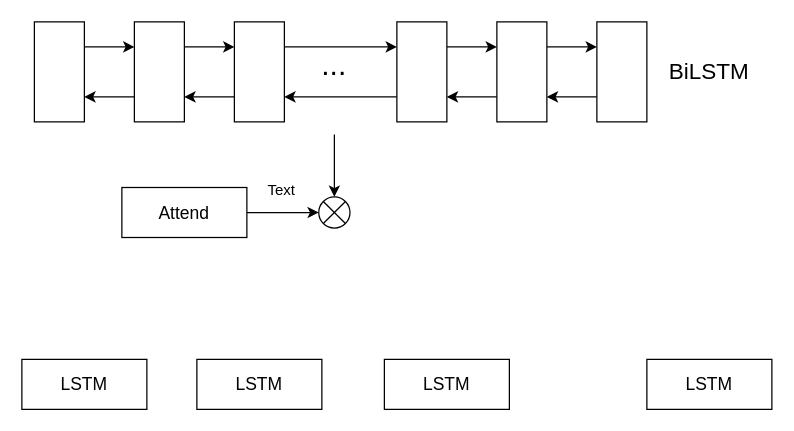
Earlier version of the draw.io diagram thesis_att.drawio (Dong-J93/_pictures). Source tidied: cells renumbered, new cells numbered last; positions are measured from the earlier drawing's top-left corner, leaving out a move shared by most shapes. Both pictures are drawn from the tidied source at 125%, with x=0, y=0 at pixel (21, 21).
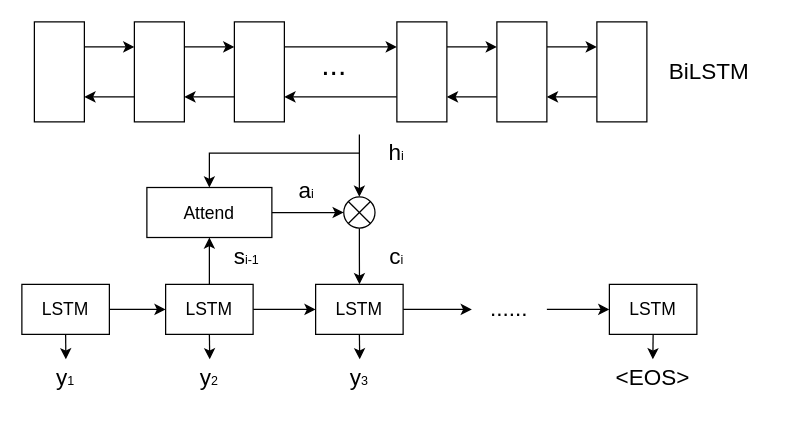
Above is the later version.

What changed in the source:
```diff
@@
     <mxCell id="20" style="endArrow=classic;html=1;rounded=0;entryX=0.5;entryY=0;entryDx=0;entryDy=0;" parent="1" edge="1" target="25">
       <mxGeometry relative="1" as="geometry">
-        <mxPoint x="250" y="90" as="sourcePoint" />
+        <mxPoint x="270" y="90" as="sourcePoint" />
       </mxGeometry>
     </mxCell>
-    <mxCell id="21" value="&lt;font style=&quot;font-size: 14px;&quot;&gt;LSTM&lt;/font&gt;" style="rounded=0;whiteSpace=wrap;html=1;" parent="1" vertex="1">
-      <mxGeometry y="270" width="100" height="40" as="geometry" />
-    </mxCell>
+    <mxCell id="31" style="edgeStyle=orthogonalEdgeStyle;rounded=0;jettySize=auto;html=1;exitX=0.5;exitY=0;exitDx=0;exitDy=0;entryX=0.5;entryY=1;entryDx=0;entryDy=0;" parent="1" edge="1" source="22" target="29">
+      <mxGeometry relative="1" as="geometry" />
+    </mxCell>
+    <mxCell id="32" style="edgeStyle=orthogonalEdgeStyle;rounded=0;jettySize=auto;html=1;exitX=1;exitY=0.5;exitDx=0;exitDy=0;entryX=0;entryY=0.5;entryDx=0;entryDy=0;" parent="1" edge="1" source="22" target="40">
+      <mxGeometry relative="1" as="geometry" />
+    </mxCell>
+    <mxCell id="33" style="edgeStyle=orthogonalEdgeStyle;rounded=0;jettySize=auto;html=1;exitX=0.5;exitY=1;exitDx=0;exitDy=0;" parent="1" edge="1" source="22">
+      <mxGeometry relative="1" as="geometry">
+        <mxPoint x="150.3" y="270" as="targetPoint" />
+      </mxGeometry>
+    </mxCell>
     <mxCell id="22" value="&lt;font style=&quot;font-size: 14px;&quot;&gt;LSTM&lt;/font&gt;" style="rounded=0;whiteSpace=wrap;html=1;" parent="1" vertex="1">
-      <mxGeometry x="140" y="270" width="100" height="40" as="geometry" />
+      <mxGeometry x="115" y="210" width="70" height="40" as="geometry" />
     </mxCell>
-    <mxCell id="23" value="&lt;font style=&quot;font-size: 14px;&quot;&gt;LSTM&lt;/font&gt;" style="rounded=0;whiteSpace=wrap;html=1;" parent="1" vertex="1">
-      <mxGeometry x="290" y="270" width="100" height="40" as="geometry" />
-    </mxCell>
-    <mxCell id="24" value="&lt;font style=&quot;font-size: 14px;&quot;&gt;LSTM&lt;/font&gt;" style="rounded=0;whiteSpace=wrap;html=1;" parent="1" vertex="1">
-      <mxGeometry x="500" y="270" width="100" height="40" as="geometry" />
-    </mxCell>
+    <mxCell id="34" style="edgeStyle=orthogonalEdgeStyle;rounded=0;jettySize=auto;html=1;exitX=0.5;exitY=1;exitDx=0;exitDy=0;" parent="1" edge="1" source="25">
+      <mxGeometry relative="1" as="geometry">
+        <mxPoint x="270.1" y="210" as="targetPoint" />
+      </mxGeometry>
+    </mxCell>
     <mxCell id="25" style="ellipse;whiteSpace=wrap;html=1;" parent="1" vertex="1">
-      <mxGeometry x="237.5" y="140" width="25" height="25" as="geometry" />
+      <mxGeometry x="257.5" y="140" width="25" height="25" as="geometry" />
     </mxCell>
@@
     <mxCell id="29" value="&lt;font style=&quot;font-size: 14px;&quot;&gt;Attend&lt;/font&gt;" style="rounded=0;whiteSpace=wrap;html=1;" parent="1" vertex="1">
-      <mxGeometry x="80" y="132.5" width="100" height="40" as="geometry" />
+      <mxGeometry x="100" y="132.5" width="100" height="40" as="geometry" />
     </mxCell>
-    <mxCell id="30" value="Text" style="text;html=1;strokeColor=none;fillColor=none;align=center;verticalAlign=middle;whiteSpace=wrap;rounded=0;" parent="1" vertex="1">
-      <mxGeometry x="177.5" y="120" width="60" height="30" as="geometry" />
+    <mxCell id="30" value="&lt;p class=&quot;MsoNormal&quot;&gt;&lt;font style=&quot;font-size: 18px;&quot;&gt;a&lt;/font&gt;&lt;font style=&quot;font-size: 10px;&quot;&gt;i&lt;/font&gt;&lt;/p&gt;" style="text;html=1;strokeColor=none;fillColor=none;align=center;verticalAlign=middle;whiteSpace=wrap;rounded=0;" parent="1" vertex="1">
+      <mxGeometry x="197.5" y="120" width="60" height="30" as="geometry" />
     </mxCell>
+    <mxCell id="35" style="edgeStyle=orthogonalEdgeStyle;rounded=0;jettySize=auto;html=1;entryX=0.5;entryY=0;entryDx=0;entryDy=0;" parent="1" edge="1" source="36" target="29">
+      <mxGeometry relative="1" as="geometry" />
+    </mxCell>
+    <mxCell id="36" value="&lt;p class=&quot;MsoNormal&quot;&gt;&lt;font style=&quot;font-size: 18px;&quot;&gt;h&lt;/font&gt;&lt;font style=&quot;font-size: 10px;&quot;&gt;i&lt;/font&gt;&lt;/p&gt;" style="text;html=1;strokeColor=none;fillColor=none;align=center;verticalAlign=middle;whiteSpace=wrap;rounded=0;" parent="1" vertex="1">
+      <mxGeometry x="270" y="90" width="60" height="30" as="geometry" />
+    </mxCell>
+    <mxCell id="37" value="&lt;p class=&quot;MsoNormal&quot;&gt;&lt;font style=&quot;font-size: 18px;&quot;&gt;c&lt;/font&gt;&lt;font style=&quot;font-size: 10px;&quot;&gt;i&lt;/font&gt;&lt;/p&gt;" style="text;html=1;strokeColor=none;fillColor=none;align=center;verticalAlign=middle;whiteSpace=wrap;rounded=0;" parent="1" vertex="1">
+      <mxGeometry x="270" y="172.5" width="60" height="30" as="geometry" />
+    </mxCell>
+    <mxCell id="38" style="edgeStyle=orthogonalEdgeStyle;rounded=0;jettySize=auto;html=1;exitX=1;exitY=0.5;exitDx=0;exitDy=0;entryX=0;entryY=0.5;entryDx=0;entryDy=0;" parent="1" edge="1" source="40" target="48">
+      <mxGeometry relative="1" as="geometry" />
+    </mxCell>
+    <mxCell id="39" style="edgeStyle=orthogonalEdgeStyle;rounded=0;jettySize=auto;html=1;exitX=0.5;exitY=1;exitDx=0;exitDy=0;" parent="1" edge="1" source="40">
+      <mxGeometry relative="1" as="geometry">
+        <mxPoint x="270.3" y="270" as="targetPoint" />
+      </mxGeometry>
+    </mxCell>
+    <mxCell id="40" value="&lt;font style=&quot;font-size: 14px;&quot;&gt;LSTM&lt;/font&gt;" style="rounded=0;whiteSpace=wrap;html=1;" parent="1" vertex="1">
+      <mxGeometry x="235" y="210" width="70" height="40" as="geometry" />
+    </mxCell>
+    <mxCell id="41" style="edgeStyle=orthogonalEdgeStyle;rounded=0;jettySize=auto;html=1;exitX=0.5;exitY=1;exitDx=0;exitDy=0;" parent="1" edge="1" source="43">
+      <mxGeometry relative="1" as="geometry">
+        <mxPoint x="35.2" y="270" as="targetPoint" />
+      </mxGeometry>
+    </mxCell>
+    <mxCell id="42" style="edgeStyle=orthogonalEdgeStyle;rounded=0;jettySize=auto;html=1;exitX=1;exitY=0.5;exitDx=0;exitDy=0;entryX=0;entryY=0.5;entryDx=0;entryDy=0;" parent="1" edge="1" source="43" target="22">
+      <mxGeometry relative="1" as="geometry" />
+    </mxCell>
+    <mxCell id="43" value="&lt;font style=&quot;font-size: 14px;&quot;&gt;LSTM&lt;/font&gt;" style="rounded=0;whiteSpace=wrap;html=1;" parent="1" vertex="1">
+      <mxGeometry y="210" width="70" height="40" as="geometry" />
+    </mxCell>
+    <mxCell id="44" style="edgeStyle=orthogonalEdgeStyle;rounded=0;jettySize=auto;html=1;exitX=0.5;exitY=1;exitDx=0;exitDy=0;" parent="1" edge="1" source="45">
+      <mxGeometry relative="1" as="geometry">
+        <mxPoint x="504.8" y="270" as="targetPoint" />
+      </mxGeometry>
+    </mxCell>
+    <mxCell id="45" value="&lt;font style=&quot;font-size: 14px;&quot;&gt;LSTM&lt;/font&gt;" style="rounded=0;whiteSpace=wrap;html=1;" parent="1" vertex="1">
+      <mxGeometry x="470" y="210" width="70" height="40" as="geometry" />
+    </mxCell>
+    <mxCell id="46" value="&lt;p class=&quot;MsoNormal&quot;&gt;&lt;font style=&quot;font-size: 18px;&quot;&gt;s&lt;/font&gt;&lt;font style=&quot;font-size: 10px;&quot;&gt;i-1&lt;/font&gt;&lt;/p&gt;" style="text;html=1;strokeColor=none;fillColor=none;align=center;verticalAlign=middle;whiteSpace=wrap;rounded=0;" parent="1" vertex="1">
+      <mxGeometry x="150" y="172.5" width="60" height="30" as="geometry" />
+    </mxCell>
+    <mxCell id="47" style="edgeStyle=orthogonalEdgeStyle;rounded=0;jettySize=auto;html=1;exitX=1;exitY=0.5;exitDx=0;exitDy=0;entryX=0;entryY=0.5;entryDx=0;entryDy=0;" parent="1" edge="1" source="48" target="45">
+      <mxGeometry relative="1" as="geometry" />
+    </mxCell>
+    <mxCell id="48" value="&lt;p class=&quot;MsoNormal&quot;&gt;&lt;span style=&quot;font-size: 18px;&quot;&gt;......&lt;/span&gt;&lt;/p&gt;" style="text;html=1;strokeColor=none;fillColor=none;align=center;verticalAlign=middle;whiteSpace=wrap;rounded=0;" parent="1" vertex="1">
+      <mxGeometry x="360" y="215" width="60" height="30" as="geometry" />
+    </mxCell>
+    <mxCell id="49" value="&lt;p class=&quot;MsoNormal&quot;&gt;&lt;span style=&quot;font-size: 18px;&quot;&gt;&amp;lt;EOS&amp;gt;&lt;/span&gt;&lt;/p&gt;" style="text;html=1;strokeColor=none;fillColor=none;align=center;verticalAlign=middle;whiteSpace=wrap;rounded=0;" parent="1" vertex="1">
+      <mxGeometry x="475" y="270" width="60" height="30" as="geometry" />
+    </mxCell>
+    <mxCell id="50" value="&lt;p class=&quot;MsoNormal&quot;&gt;&lt;span style=&quot;font-size: 18px;&quot;&gt;y&lt;/span&gt;&lt;font style=&quot;font-size: 10px;&quot;&gt;1&lt;/font&gt;&lt;/p&gt;" style="text;html=1;strokeColor=none;fillColor=none;align=center;verticalAlign=middle;whiteSpace=wrap;rounded=0;" parent="1" vertex="1">
+      <mxGeometry x="5" y="270" width="60" height="30" as="geometry" />
+    </mxCell>
+    <mxCell id="51" value="&lt;p class=&quot;MsoNormal&quot;&gt;&lt;span style=&quot;font-size: 18px;&quot;&gt;y&lt;/span&gt;&lt;font style=&quot;font-size: 10px;&quot;&gt;2&lt;/font&gt;&lt;/p&gt;" style="text;html=1;strokeColor=none;fillColor=none;align=center;verticalAlign=middle;whiteSpace=wrap;rounded=0;" parent="1" vertex="1">
+      <mxGeometry x="120" y="270" width="60" height="30" as="geometry" />
+    </mxCell>
+    <mxCell id="52" value="&lt;p class=&quot;MsoNormal&quot;&gt;&lt;span style=&quot;font-size: 18px;&quot;&gt;y&lt;/span&gt;&lt;font style=&quot;font-size: 10px;&quot;&gt;3&lt;/font&gt;&lt;/p&gt;" style="text;html=1;strokeColor=none;fillColor=none;align=center;verticalAlign=middle;whiteSpace=wrap;rounded=0;" parent="1" vertex="1">
+      <mxGeometry x="240" y="270" width="60" height="30" as="geometry" />
+    </mxCell>
```
